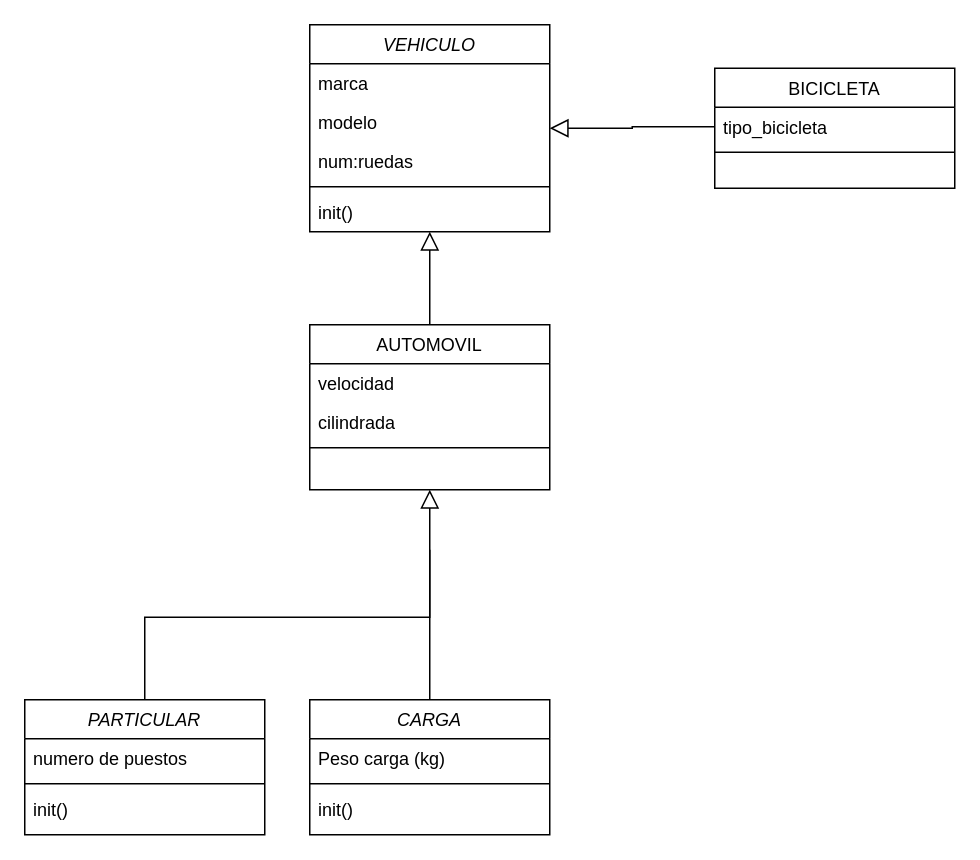
The draw.io diagram Modulo4/Ejercicio final/Ejercicio2.drawio in Mauro-Carcamo/clases_python, before the edit. Source tidied: cells renumbered, new cells numbered last; positions are measured from the earlier drawing's top-left corner, leaving out a move shared by most shapes. Both pictures are drawn from the tidied source at 150%, with x=0, y=0 at pixel (24, 24).
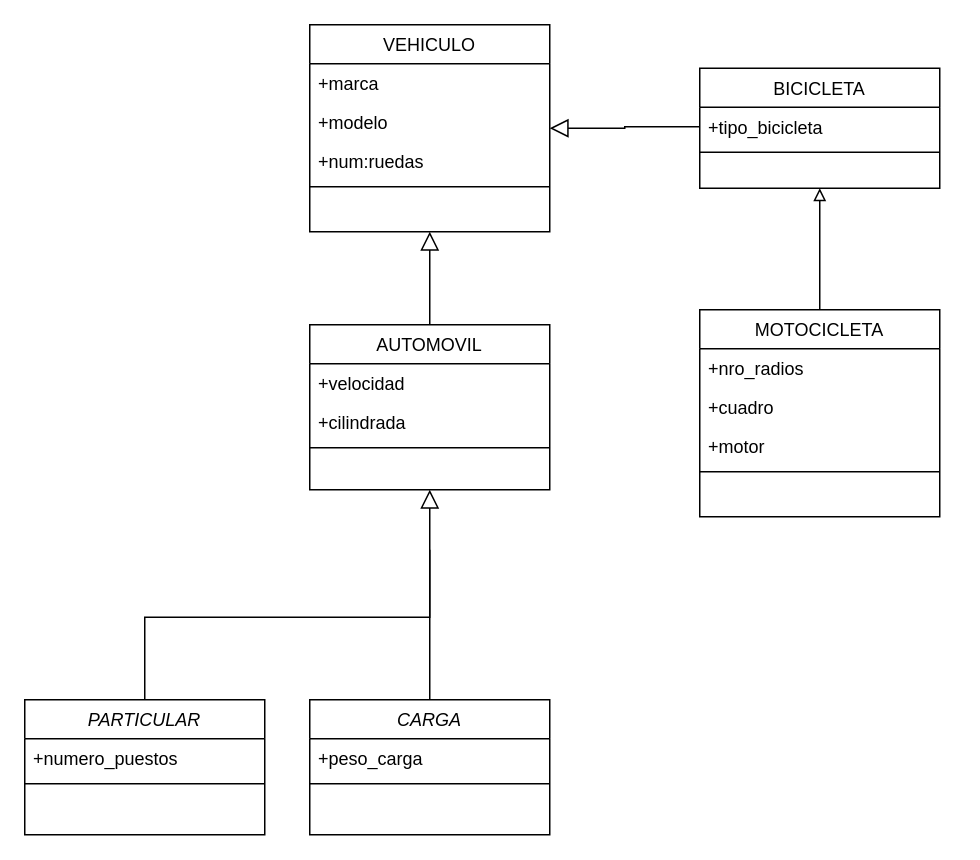
After the change.

The change refers to these unchanged cells:
```xml
<mxCell id="8" value="AUTOMOVIL" style="swimlane;fontStyle=0;align=center;verticalAlign=top;horizontal=1;startSize=26;rounded=0;shadow=0;strokeWidth=1;" parent="1" vertex="1">
  <mxGeometry x="190" y="200" width="160" height="110" as="geometry" />
</mxCell>
<mxCell id="13" value="PARTICULAR" style="swimlane;fontStyle=2;align=center;verticalAlign=top;horizontal=1;startSize=26;rounded=0;shadow=0;strokeWidth=1;" parent="1" vertex="1">
  <mxGeometry y="450" width="160" height="90" as="geometry" />
</mxCell>
<mxCell id="17" value="CARGA" style="swimlane;fontStyle=2;align=center;verticalAlign=top;horizontal=1;startSize=26;rounded=0;shadow=0;strokeWidth=1;" parent="1" vertex="1">
  <mxGeometry x="190" y="450" width="160" height="90" as="geometry" />
</mxCell>
```

Diff of the diagram source:
```diff
@@
-    <mxCell id="2" value="VEHICULO" style="swimlane;fontStyle=2;align=center;verticalAlign=top;horizontal=1;startSize=26;rounded=0;shadow=0;strokeWidth=1;" parent="1" vertex="1">
+    <mxCell id="2" value="VEHICULO" style="swimlane;fontStyle=0;align=center;verticalAlign=top;horizontal=1;startSize=26;rounded=0;shadow=0;strokeWidth=1;" parent="1" vertex="1">
       <mxGeometry x="190" width="160" height="138" as="geometry" />
     </mxCell>
-    <mxCell id="3" value="marca" style="text;align=left;verticalAlign=top;spacingLeft=4;spacingRight=4;overflow=hidden;" parent="2" vertex="1">
+    <mxCell id="3" value="+marca" style="text;align=left;verticalAlign=top;spacingLeft=4;spacingRight=4;overflow=hidden;" parent="2" vertex="1">
       <mxGeometry y="26" width="160" height="26" as="geometry" />
     </mxCell>
-    <mxCell id="4" value="modelo" style="text;align=left;verticalAlign=top;spacingLeft=4;spacingRight=4;overflow=hidden;rounded=0;shadow=0;html=0;" parent="2" vertex="1">
+    <mxCell id="4" value="+modelo" style="text;align=left;verticalAlign=top;spacingLeft=4;spacingRight=4;overflow=hidden;rounded=0;shadow=0;html=0;" parent="2" vertex="1">
       <mxGeometry y="52" width="160" height="26" as="geometry" />
     </mxCell>
-    <mxCell id="5" value="num:ruedas" style="text;align=left;verticalAlign=top;spacingLeft=4;spacingRight=4;overflow=hidden;rounded=0;shadow=0;html=0;" parent="2" vertex="1">
+    <mxCell id="5" value="+num:ruedas" style="text;align=left;verticalAlign=top;spacingLeft=4;spacingRight=4;overflow=hidden;rounded=0;shadow=0;html=0;" parent="2" vertex="1">
       <mxGeometry y="78" width="160" height="26" as="geometry" />
     </mxCell>
@@
-    <mxCell id="7" value="init()" style="text;align=left;verticalAlign=top;spacingLeft=4;spacingRight=4;overflow=hidden;" parent="2" vertex="1">
-      <mxGeometry y="112" width="160" height="26" as="geometry" />
-    </mxCell>
@@
-    <mxCell id="9" value="velocidad" style="text;align=left;verticalAlign=top;spacingLeft=4;spacingRight=4;overflow=hidden;" parent="8" vertex="1">
+    <mxCell id="9" value="+velocidad" style="text;align=left;verticalAlign=top;spacingLeft=4;spacingRight=4;overflow=hidden;" parent="8" vertex="1">
       <mxGeometry y="26" width="160" height="26" as="geometry" />
     </mxCell>
-    <mxCell id="10" value="cilindrada" style="text;align=left;verticalAlign=top;spacingLeft=4;spacingRight=4;overflow=hidden;rounded=0;shadow=0;html=0;" parent="8" vertex="1">
+    <mxCell id="10" value="+cilindrada" style="text;align=left;verticalAlign=top;spacingLeft=4;spacingRight=4;overflow=hidden;rounded=0;shadow=0;html=0;" parent="8" vertex="1">
       <mxGeometry y="52" width="160" height="26" as="geometry" />
     </mxCell>
@@
-    <mxCell id="14" value="numero de puestos" style="text;align=left;verticalAlign=top;spacingLeft=4;spacingRight=4;overflow=hidden;" parent="13" vertex="1">
+    <mxCell id="14" value="+numero_puestos" style="text;align=left;verticalAlign=top;spacingLeft=4;spacingRight=4;overflow=hidden;" parent="13" vertex="1">
       <mxGeometry y="26" width="160" height="26" as="geometry" />
     </mxCell>
@@
-    <mxCell id="16" value="init()" style="text;align=left;verticalAlign=top;spacingLeft=4;spacingRight=4;overflow=hidden;" parent="13" vertex="1">
-      <mxGeometry y="60" width="160" height="26" as="geometry" />
-    </mxCell>
@@
-    <mxCell id="18" value="Peso carga (kg)" style="text;align=left;verticalAlign=top;spacingLeft=4;spacingRight=4;overflow=hidden;" parent="17" vertex="1">
+    <mxCell id="18" value="+peso_carga" style="text;align=left;verticalAlign=top;spacingLeft=4;spacingRight=4;overflow=hidden;" parent="17" vertex="1">
       <mxGeometry y="26" width="160" height="26" as="geometry" />
     </mxCell>
@@
-    <mxCell id="20" value="init()" style="text;align=left;verticalAlign=top;spacingLeft=4;spacingRight=4;overflow=hidden;" parent="17" vertex="1">
-      <mxGeometry y="60" width="160" height="26" as="geometry" />
-    </mxCell>
@@
     <mxCell id="23" value="BICICLETA" style="swimlane;fontStyle=0;align=center;verticalAlign=top;horizontal=1;startSize=26;rounded=0;shadow=0;strokeWidth=1;" parent="1" vertex="1">
-      <mxGeometry x="460" y="29" width="160" height="80" as="geometry" />
+      <mxGeometry x="450" y="29" width="160" height="80" as="geometry" />
     </mxCell>
-    <mxCell id="24" value="tipo_bicicleta" style="text;align=left;verticalAlign=top;spacingLeft=4;spacingRight=4;overflow=hidden;points=[[0,0.5],[1,0.5]];portConstraint=eastwest;" parent="23" vertex="1">
+    <mxCell id="24" value="+tipo_bicicleta" style="text;align=left;verticalAlign=top;spacingLeft=4;spacingRight=4;overflow=hidden;points=[[0,0.5],[1,0.5]];portConstraint=eastwest;" parent="23" vertex="1">
       <mxGeometry y="26" width="160" height="26" as="geometry" />
     </mxCell>
@@
+    <mxCell id="27" style="edgeStyle=orthogonalEdgeStyle;rounded=0;jettySize=auto;html=1;endArrow=block;endFill=0;" parent="1" edge="1" source="28" target="23">
+      <mxGeometry relative="1" as="geometry" />
+    </mxCell>
+    <mxCell id="28" value="MOTOCICLETA" style="swimlane;fontStyle=0;align=center;verticalAlign=top;horizontal=1;startSize=26;rounded=0;shadow=0;strokeWidth=1;" parent="1" vertex="1">
+      <mxGeometry x="450" y="190" width="160" height="138" as="geometry" />
+    </mxCell>
+    <mxCell id="29" value="+nro_radios" style="text;align=left;verticalAlign=top;spacingLeft=4;spacingRight=4;overflow=hidden;" parent="28" vertex="1">
+      <mxGeometry y="26" width="160" height="26" as="geometry" />
+    </mxCell>
+    <mxCell id="30" value="+cuadro" style="text;align=left;verticalAlign=top;spacingLeft=4;spacingRight=4;overflow=hidden;rounded=0;shadow=0;html=0;" parent="28" vertex="1">
+      <mxGeometry y="52" width="160" height="26" as="geometry" />
+    </mxCell>
+    <mxCell id="31" value="+motor" style="text;align=left;verticalAlign=top;spacingLeft=4;spacingRight=4;overflow=hidden;rounded=0;shadow=0;html=0;" parent="28" vertex="1">
+      <mxGeometry y="78" width="160" height="26" as="geometry" />
+    </mxCell>
+    <mxCell id="32" style="line;html=1;strokeWidth=1;align=left;verticalAlign=middle;spacingTop=-1;spacingLeft=3;spacingRight=3;labelPosition=right;" parent="28" vertex="1">
+      <mxGeometry y="104" width="160" height="8" as="geometry" />
+    </mxCell>
```
